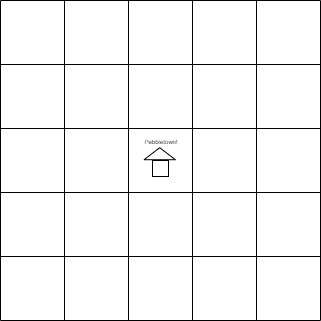
The draw.io diagram map.png in cBridges851/poseidon-text-adventure, before a commit. Source tidied: cells renumbered, new cells last; positions are measured from the earlier drawing's top-left corner, leaving out a move shared by most shapes.
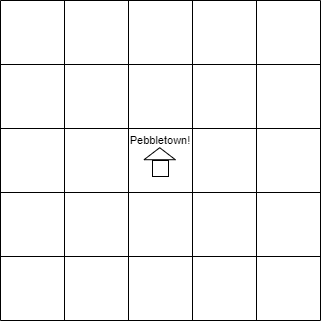
Above is the later version.

Commit message:
map-design Increased size of text on map

Change to the diagram source:
```diff
@@ -83,7 +83,7 @@
     <mxCell id="16" style="triangle;whiteSpace=wrap;html=1;rotation=-90;" parent="2" vertex="1">
       <mxGeometry x="153.2" y="137.5" width="12" height="31.4" as="geometry" />
     </mxCell>
-    <mxCell id="17" value="&lt;font style=&quot;font-size: 6px&quot;&gt;Pebbletown!&lt;/font&gt;" style="text;html=1;strokeColor=none;fillColor=none;align=center;verticalAlign=middle;whiteSpace=wrap;rounded=0;" parent="2" vertex="1">
+    <mxCell id="17" value="&lt;font style=&quot;font-size: 11px&quot;&gt;Pebbletown!&lt;/font&gt;" style="text;html=1;strokeColor=none;fillColor=none;align=center;verticalAlign=middle;whiteSpace=wrap;rounded=0;" parent="2" vertex="1">
       <mxGeometry x="160" y="138.2" as="geometry" />
     </mxCell>
   </root>
```
